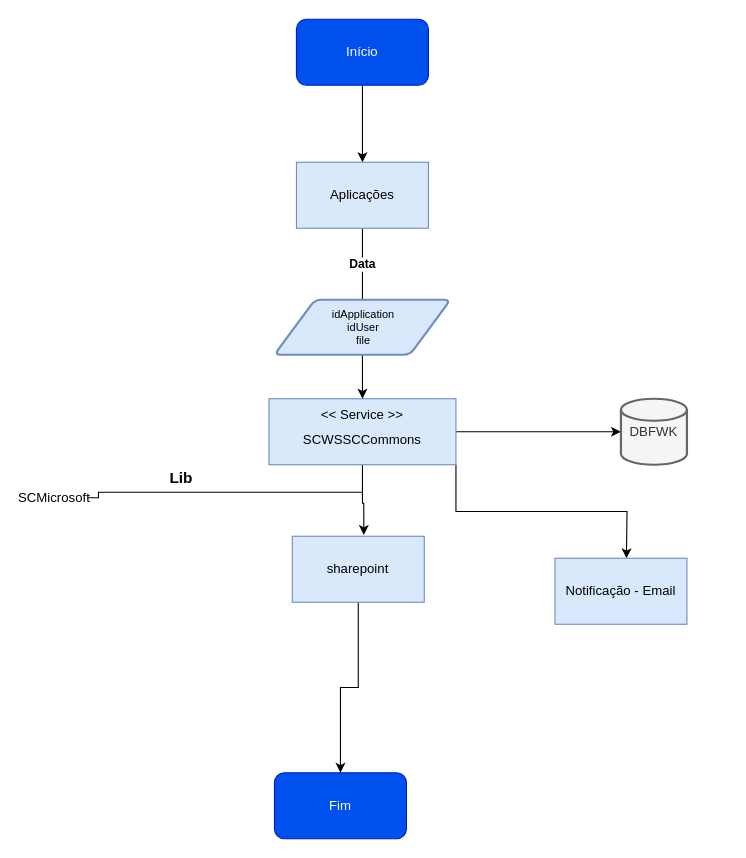
Before: page "Registar ficheiro" (1 of 3) of Diagrama sem nome.drawio in deviniciuss/AndroidHistory, a draw.io diagram. Source tidied: cells renumbered, new cells numbered last; positions are measured from the earlier drawing's top-left corner, leaving out a move shared by most shapes. Both pictures are drawn from the tidied source at 110%, with x=0, y=0 at pixel (21, 19).
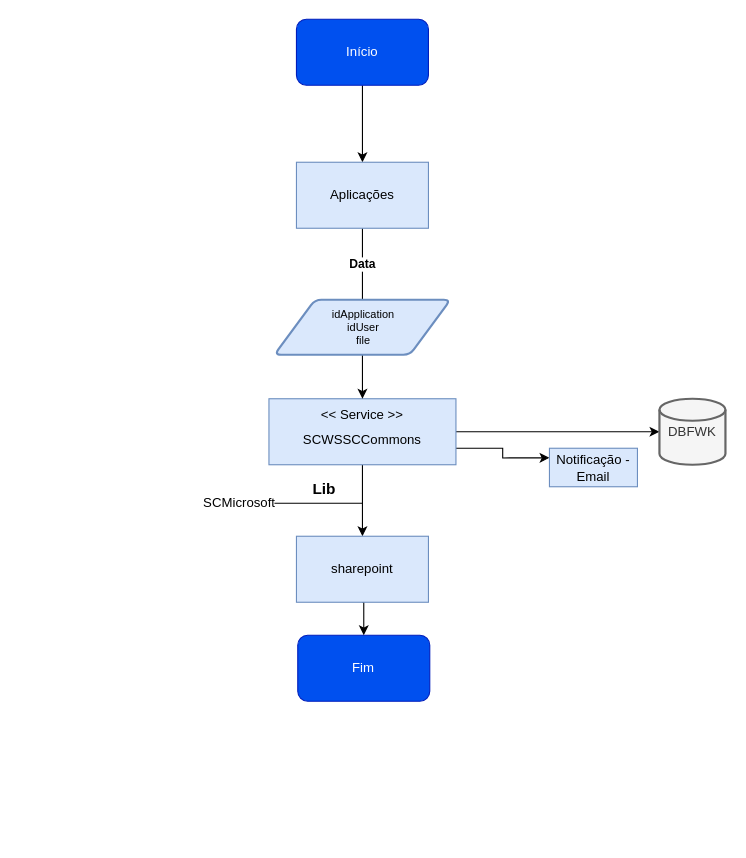
The same page after the edit.

The change refers to these unchanged cells:
```xml
<mxCell id="9" value="&lt;br&gt;SCWSSCCommons&lt;br&gt;" style="rounded=0;whiteSpace=wrap;html=1;fillColor=#dae8fc;strokeColor=#6c8ebf;" parent="1" vertex="1">
  <mxGeometry x="225" y="345" width="170" height="60" as="geometry" />
</mxCell>
```

Diff of the diagram source:
```diff
@@
-    <mxCell id="6" style="edgeStyle=orthogonalEdgeStyle;rounded=0;jettySize=auto;html=1;exitX=0.5;exitY=1;exitDx=0;exitDy=0;entryX=0.542;entryY=-0.019;entryDx=0;entryDy=0;entryPerimeter=0;" parent="1" edge="1" source="9" target="20">
-      <mxGeometry relative="1" as="geometry">
-        <Array as="points">
-          <mxPoint x="310" y="440" />
-          <mxPoint x="311" y="440" />
-        </Array>
-      </mxGeometry>
+    <mxCell id="6" style="edgeStyle=orthogonalEdgeStyle;rounded=0;jettySize=auto;html=1;exitX=0.5;exitY=1;exitDx=0;exitDy=0;entryX=0.5;entryY=0;entryDx=0;entryDy=0;" parent="1" edge="1" source="9" target="20">
+      <mxGeometry relative="1" as="geometry" />
     </mxCell>
@@
-    <mxCell id="8" style="edgeStyle=orthogonalEdgeStyle;rounded=0;jettySize=auto;html=1;exitX=1;exitY=1;exitDx=0;exitDy=0;" parent="1" edge="1" source="9">
-      <mxGeometry relative="1" as="geometry">
-        <mxPoint x="550" y="490" as="targetPoint" />
-      </mxGeometry>
-    </mxCell>
+    <mxCell id="22" style="edgeStyle=orthogonalEdgeStyle;rounded=0;jettySize=auto;html=1;exitX=1;exitY=0.75;exitDx=0;exitDy=0;entryX=0;entryY=0.25;entryDx=0;entryDy=0;" parent="1" edge="1" source="9" target="21">
+      <mxGeometry relative="1" as="geometry" />
+    </mxCell>
@@
     <mxCell id="14" value="DBFWK" style="strokeWidth=2;html=1;shape=mxgraph.flowchart.database;whiteSpace=wrap;fillColor=#f5f5f5;fontColor=#333333;strokeColor=#666666;" parent="1" vertex="1">
-      <mxGeometry x="545" y="345" width="60" height="60" as="geometry" />
+      <mxGeometry x="580" y="345" width="60" height="60" as="geometry" />
     </mxCell>
     <mxCell id="15" value="&lt;h1 style=&quot;font-size: 14px;&quot;&gt;&lt;font style=&quot;font-size: 14px;&quot;&gt;Lib&lt;/font&gt;&lt;/h1&gt;" style="text;html=1;strokeColor=none;fillColor=none;spacing=5;spacingTop=-20;whiteSpace=wrap;overflow=hidden;rounded=0;fontSize=14;" parent="1" vertex="1">
-      <mxGeometry x="130" y="410" width="40" height="15" as="geometry" />
+      <mxGeometry x="260" y="420" width="40" height="15" as="geometry" />
     </mxCell>
-    <mxCell id="16" style="edgeStyle=orthogonalEdgeStyle;rounded=0;jettySize=auto;html=1;exitX=1;exitY=0.5;exitDx=0;exitDy=0;endArrow=none;endFill=0;" parent="1" edge="1" source="17">
-      <mxGeometry relative="1" as="geometry">
-        <mxPoint x="310" y="430" as="targetPoint" />
-        <Array as="points">
-          <mxPoint x="70" y="430" />
-        </Array>
-      </mxGeometry>
-    </mxCell>
+    <mxCell id="23" style="edgeStyle=orthogonalEdgeStyle;rounded=0;jettySize=auto;html=1;exitX=1;exitY=0.5;exitDx=0;exitDy=0;endArrow=none;endFill=0;" parent="1" edge="1" source="17">
+      <mxGeometry relative="1" as="geometry">
+        <mxPoint x="310" y="440" as="targetPoint" />
+      </mxGeometry>
+    </mxCell>
-    <mxCell id="17" value="SCMicrosoft" style="text;html=1;strokeColor=none;fillColor=none;align=center;verticalAlign=middle;whiteSpace=wrap;rounded=0;" parent="1" vertex="1">
-      <mxGeometry y="420" width="60" height="30" as="geometry" />
+    <mxCell id="17" value="SCMicrosoft&amp;nbsp;" style="text;html=1;strokeColor=none;fillColor=none;align=center;verticalAlign=middle;whiteSpace=wrap;rounded=0;" parent="1" vertex="1">
+      <mxGeometry x="170" y="425" width="60" height="30" as="geometry" />
     </mxCell>
     <mxCell id="18" value="Fim&lt;br&gt;" style="rounded=1;whiteSpace=wrap;html=1;fillColor=#0050ef;fontColor=#ffffff;strokeColor=#001DBC;" parent="1" vertex="1">
-      <mxGeometry x="230" y="685" width="120" height="60" as="geometry" />
+      <mxGeometry x="251.2" y="560" width="120" height="60" as="geometry" />
     </mxCell>
-    <mxCell id="19" style="edgeStyle=orthogonalEdgeStyle;rounded=0;jettySize=auto;html=1;exitX=0.5;exitY=1;exitDx=0;exitDy=0;" parent="1" edge="1" source="20" target="18">
+    <mxCell id="19" style="edgeStyle=orthogonalEdgeStyle;rounded=0;jettySize=auto;html=1;exitX=0.5;exitY=1;exitDx=0;exitDy=0;entryX=0.5;entryY=0;entryDx=0;entryDy=0;" parent="1" edge="1" source="20" target="18">
       <mxGeometry relative="1" as="geometry" />
     </mxCell>
     <mxCell id="20" value="sharepoint" style="rounded=0;whiteSpace=wrap;html=1;fillColor=#dae8fc;strokeColor=#6c8ebf;" parent="1" vertex="1">
-      <mxGeometry x="246.2" y="470" width="120" height="60" as="geometry" />
+      <mxGeometry x="250" y="470" width="120" height="60" as="geometry" />
     </mxCell>
     <mxCell id="21" value="Notificação - Email" style="rounded=0;whiteSpace=wrap;html=1;fillColor=#dae8fc;strokeColor=#6c8ebf;" parent="1" vertex="1">
-      <mxGeometry x="485" y="490" width="120" height="60" as="geometry" />
+      <mxGeometry x="480" y="390" width="80" height="35" as="geometry" />
     </mxCell>
```
